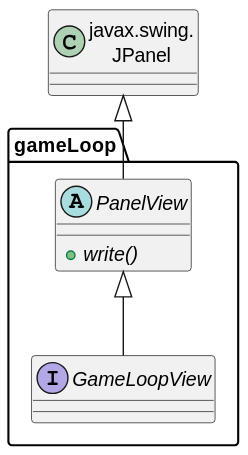
js-rom/connect4 keeps this PlantUML diagram as out/connect4/Docs/diagrams/src/packages/connect4.connect4.views.graphics.gameLoop/connect4.connect4.views.graphics.gameLoop.svg. Above is the earlier version.
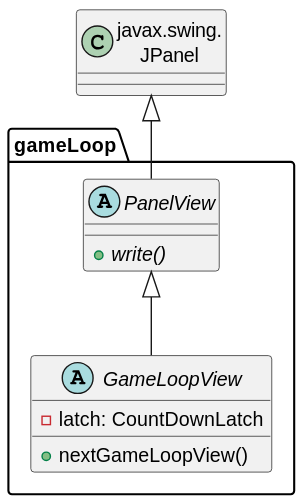
The same diagram one commit later.

Diff of the diagram source:
```diff
@@ -1,7 +1,10 @@
 @startuml
 class JPanel as "javax.swing.\nJPanel"
 
-interface gameLoop.GameLoopView
+abstract class gameLoop.GameLoopView {
+    - latch: CountDownLatch
+    + nextGameLoopView()
+}
 
 abstract class gameLoop.PanelView {
     + {abstract} write()
```
